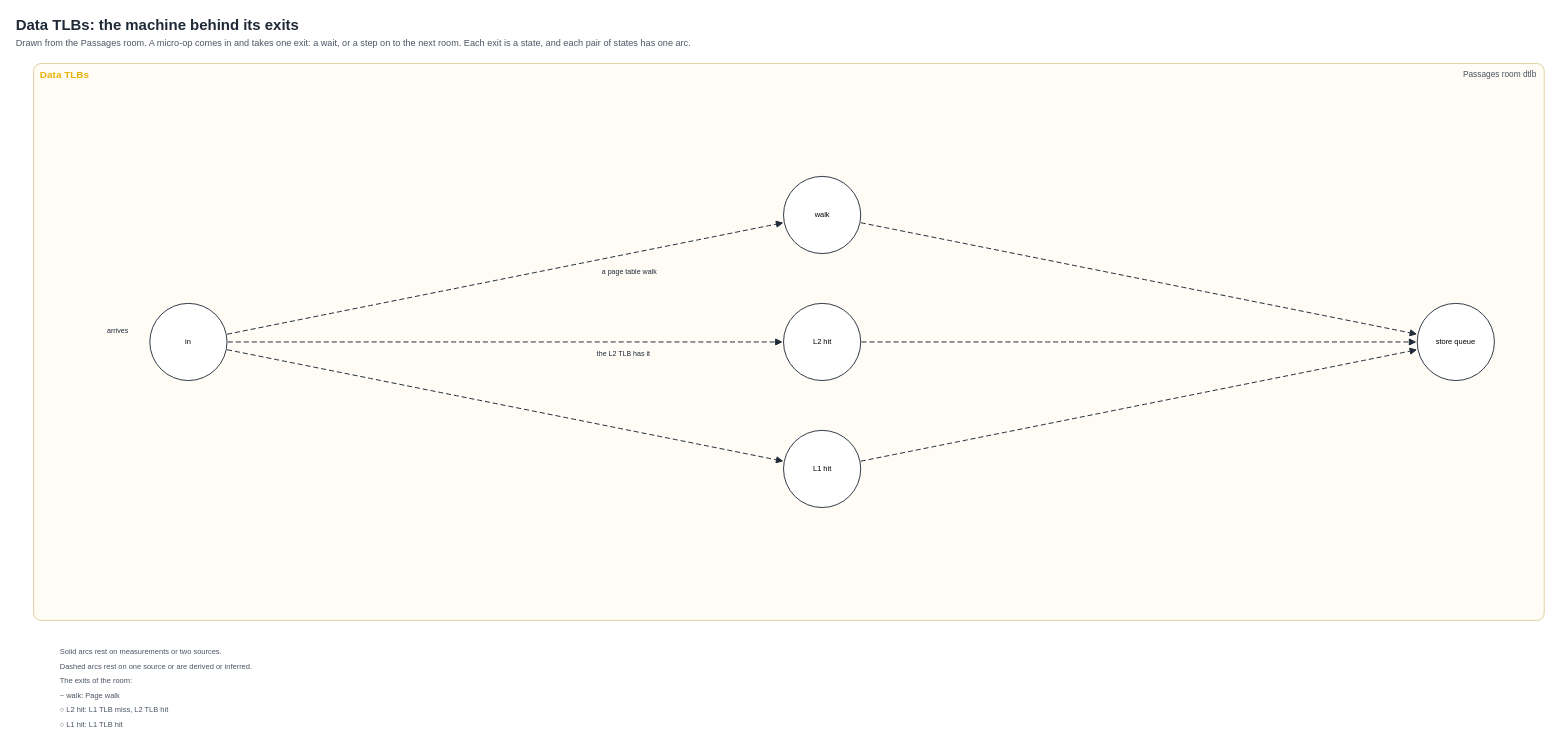
ihagedo/firestorm-diagrams keeps this draw.io diagram as page "fsm dtlb" (5 of 24) of drawio/fsm-rooms.drawio. Above is the earlier version. Source tidied: cells renumbered, new cells numbered last; positions are measured from the earlier drawing's top-left corner, leaving out a move shared by most shapes. Both pictures are drawn from the tidied source at 83%, with x=0, y=0 at pixel (14, 14).
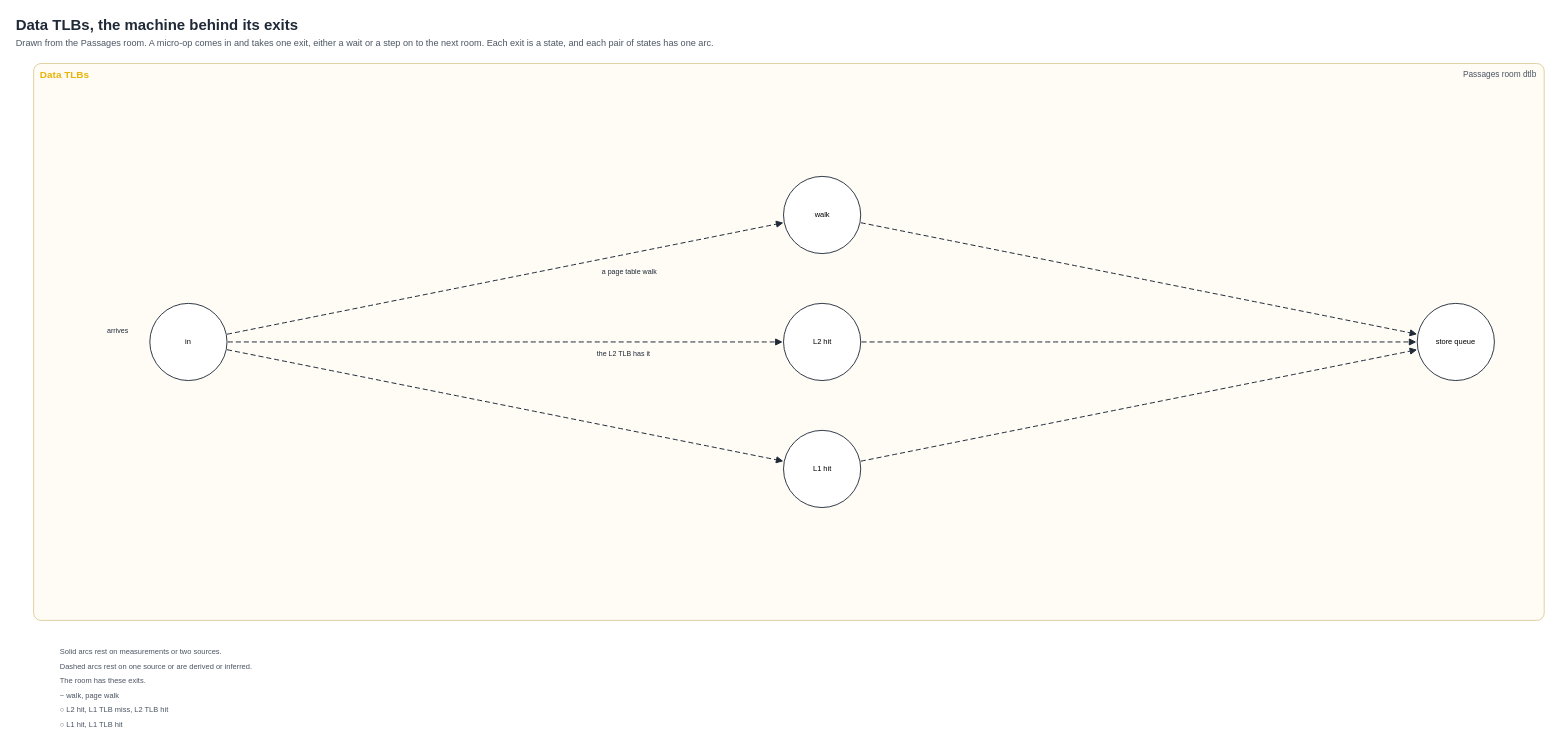
The same page after the edit.

Change to the diagram source:
```diff
@@
-    <mxCell id="2" value="Data TLBs: the machine behind its exits" style="text;html=1;kind=title;fontSize=18;fontStyle=1;fontColor=#1f2937;align=left;verticalAlign=middle;" parent="1" vertex="1">
+    <mxCell id="2" value="Data TLBs, the machine behind its exits" style="text;html=1;kind=title;fontSize=18;fontStyle=1;fontColor=#1f2937;align=left;verticalAlign=middle;" parent="1" vertex="1">
       <mxGeometry width="565" height="26" as="geometry" />
     </mxCell>
-    <mxCell id="3" value="Drawn from the Passages room. A micro-op comes in and takes one exit: a wait, or a step on to the next room. Each exit is a state, and each pair of states has one arc." style="text;html=1;kind=title;fontSize=11;fontColor=#4b5563;align=left;verticalAlign=middle;" parent="1" vertex="1">
-      <mxGeometry y="26" width="1340" height="18" as="geometry" />
+    <mxCell id="3" value="Drawn from the Passages room. A micro-op comes in and takes one exit, either a wait or a step on to the next room. Each exit is a state, and each pair of states has one arc." style="text;html=1;kind=title;fontSize=11;fontColor=#4b5563;align=left;verticalAlign=middle;" parent="1" vertex="1">
+      <mxGeometry y="26" width="1384" height="18" as="geometry" />
     </mxCell>
@@
-    <mxCell id="30" value="The exits of the room:" style="text;html=1;fontSize=9;fontColor=#4b5563;align=left;verticalAlign=middle;" parent="1" vertex="1">
-      <mxGeometry x="53" y="795" width="142.6" height="16.5" as="geometry" />
-    </mxCell>
-    <mxCell id="31" value="~ walk: Page walk" style="text;html=1;fontSize=9;fontColor=#4b5563;align=left;verticalAlign=middle;" parent="1" vertex="1">
-      <mxGeometry x="53" y="812.5" width="121.9" height="16.5" as="geometry" />
-    </mxCell>
+    <mxCell id="34" value="The room has these exits." style="text;html=1;fontSize=9;fontColor=#4b5563;align=left;verticalAlign=middle;" parent="1" vertex="1">
+      <mxGeometry x="53" y="795" width="168.5" height="16.5" as="geometry" />
+    </mxCell>
+    <mxCell id="35" value="~ walk, page walk" style="text;html=1;fontSize=9;fontColor=#4b5563;align=left;verticalAlign=middle;" parent="1" vertex="1">
+      <mxGeometry x="53" y="812.5" width="119.9" height="16.5" as="geometry" />
+    </mxCell>
-    <mxCell id="32" value="○ L2 hit: L1 TLB miss, L2 TLB hit" style="text;html=1;fontSize=9;fontColor=#4b5563;align=left;verticalAlign=middle;" parent="1" vertex="1">
+    <mxCell id="32" value="○ L2 hit, L1 TLB miss, L2 TLB hit" style="text;html=1;fontSize=9;fontColor=#4b5563;align=left;verticalAlign=middle;" parent="1" vertex="1">
       <mxGeometry x="53" y="830" width="224.4" height="16.5" as="geometry" />
     </mxCell>
-    <mxCell id="33" value="○ L1 hit: L1 TLB hit" style="text;html=1;fontSize=9;fontColor=#4b5563;align=left;verticalAlign=middle;" parent="1" vertex="1">
+    <mxCell id="33" value="○ L1 hit, L1 TLB hit" style="text;html=1;fontSize=9;fontColor=#4b5563;align=left;verticalAlign=middle;" parent="1" vertex="1">
       <mxGeometry x="53" y="847.5" width="124.4" height="16.5" as="geometry" />
     </mxCell>
```
